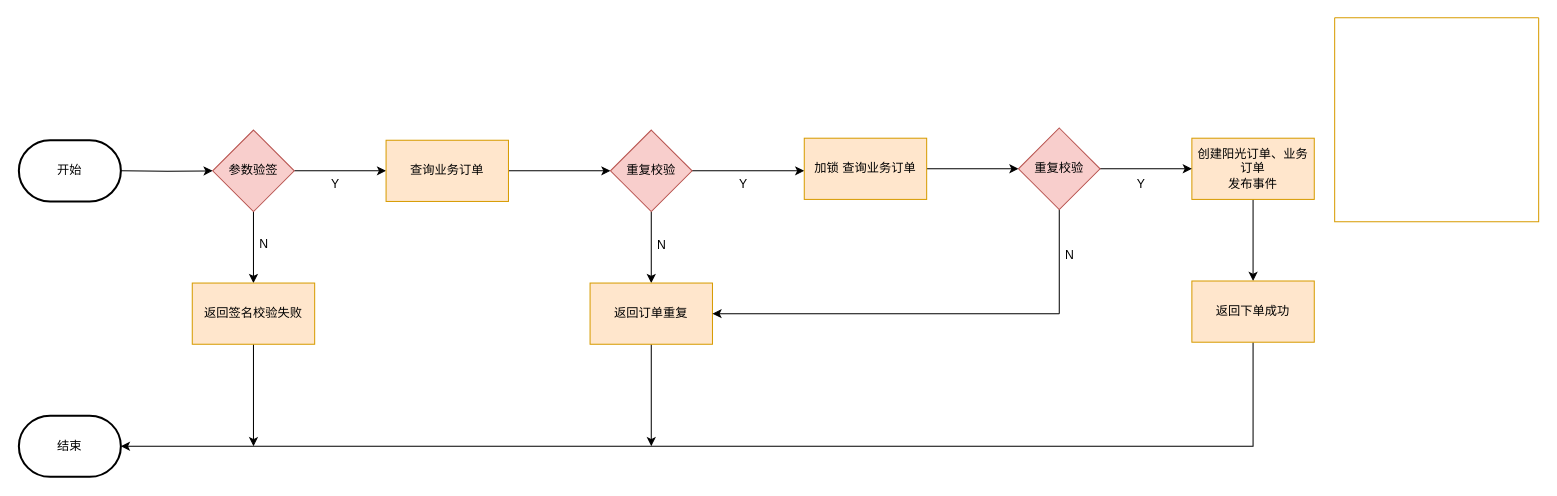
Before: 阳光下单概设.drawio in Jie33/draw, a draw.io diagram. Source tidied: cells renumbered, new cells numbered last; positions are measured from the earlier drawing's top-left corner, leaving out a move shared by most shapes. Both pictures are drawn from the tidied source at 102%, with x=0, y=0 at pixel (18, 17).
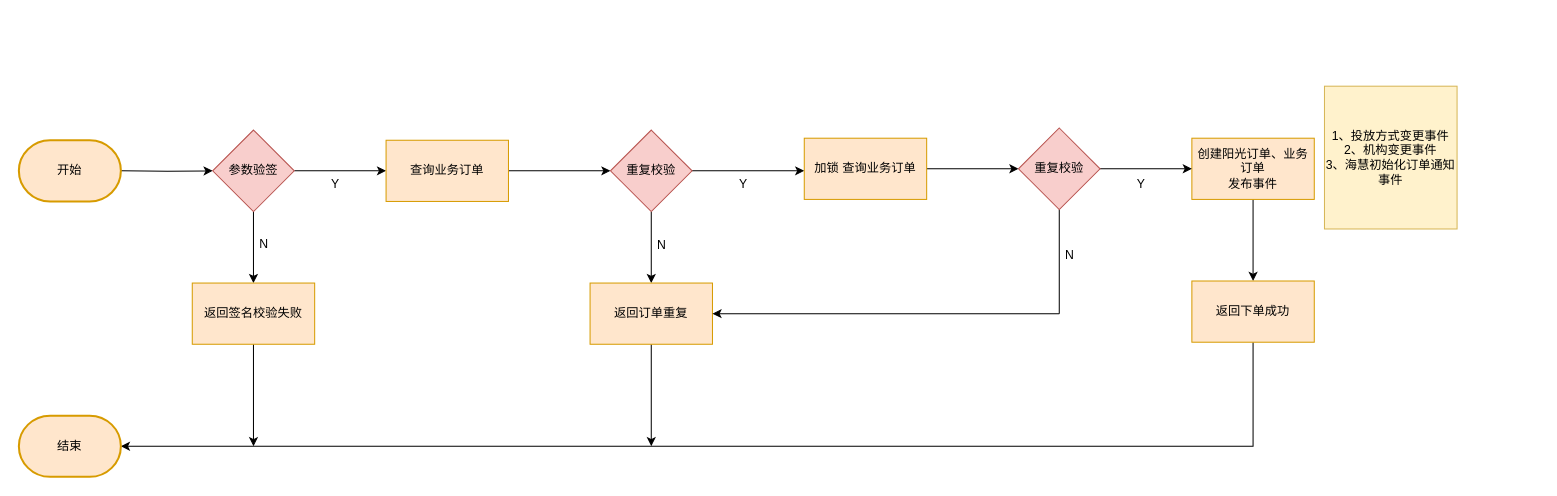
The same page after the edit.

Commit message:
更新阳光下单概设.drawio

Change to the diagram source:
```diff
@@
-    <mxCell id="25" value="开始" style="strokeWidth=2;html=1;shape=mxgraph.flowchart.terminator;whiteSpace=wrap;" parent="1" vertex="1">
+    <mxCell id="25" value="开始" style="strokeWidth=2;html=1;shape=mxgraph.flowchart.terminator;whiteSpace=wrap;fillColor=#ffe6cc;strokeColor=#d79b00;" parent="1" vertex="1">
       <mxGeometry y="120" width="100" height="60" as="geometry" />
     </mxCell>
-    <mxCell id="26" value="结束" style="strokeWidth=2;html=1;shape=mxgraph.flowchart.terminator;whiteSpace=wrap;" parent="1" vertex="1">
+    <mxCell id="26" value="结束" style="strokeWidth=2;html=1;shape=mxgraph.flowchart.terminator;whiteSpace=wrap;fillColor=#ffe6cc;strokeColor=#d79b00;" parent="1" vertex="1">
       <mxGeometry y="390" width="100" height="60" as="geometry" />
     </mxCell>
@@
-    <mxCell id="30" style="swimlane;startSize=0;fillColor=#ffe6cc;strokeColor=#d79b00;" parent="1" vertex="1">
-      <mxGeometry x="1290" width="200" height="200" as="geometry" />
-    </mxCell>
@@
+    <mxCell id="34" value="1、投放方式变更事件&lt;div&gt;2、机构变更事件&lt;/div&gt;&lt;div&gt;3、海慧初始化订单通知事件&lt;/div&gt;" style="rounded=0;whiteSpace=wrap;html=1;fillColor=#fff2cc;strokeColor=#d6b656;" parent="1" vertex="1">
+      <mxGeometry x="1280" y="67" width="130" height="140" as="geometry" />
+    </mxCell>
```
